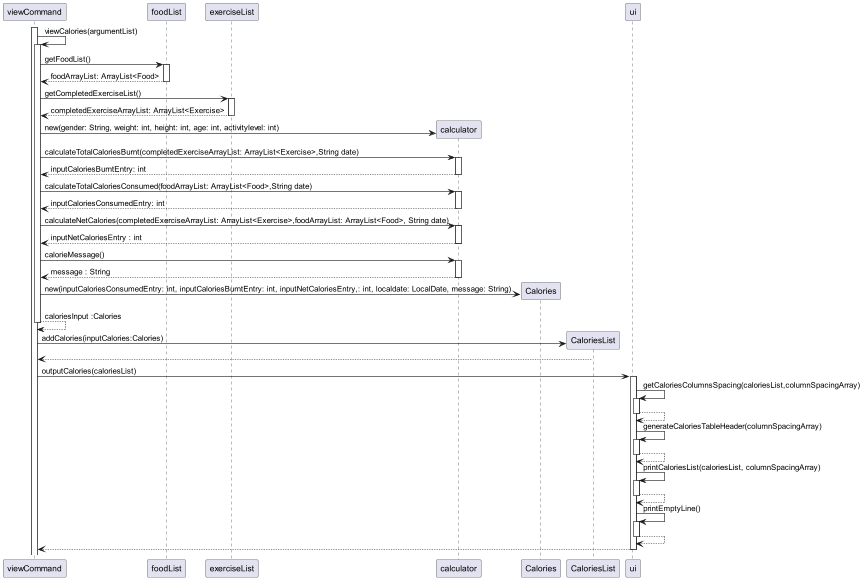
Above: docs/UmlDiagrams/ViewCalories.png in nus-cs2113-AY2223S1/tp (PlantUML), before the change.
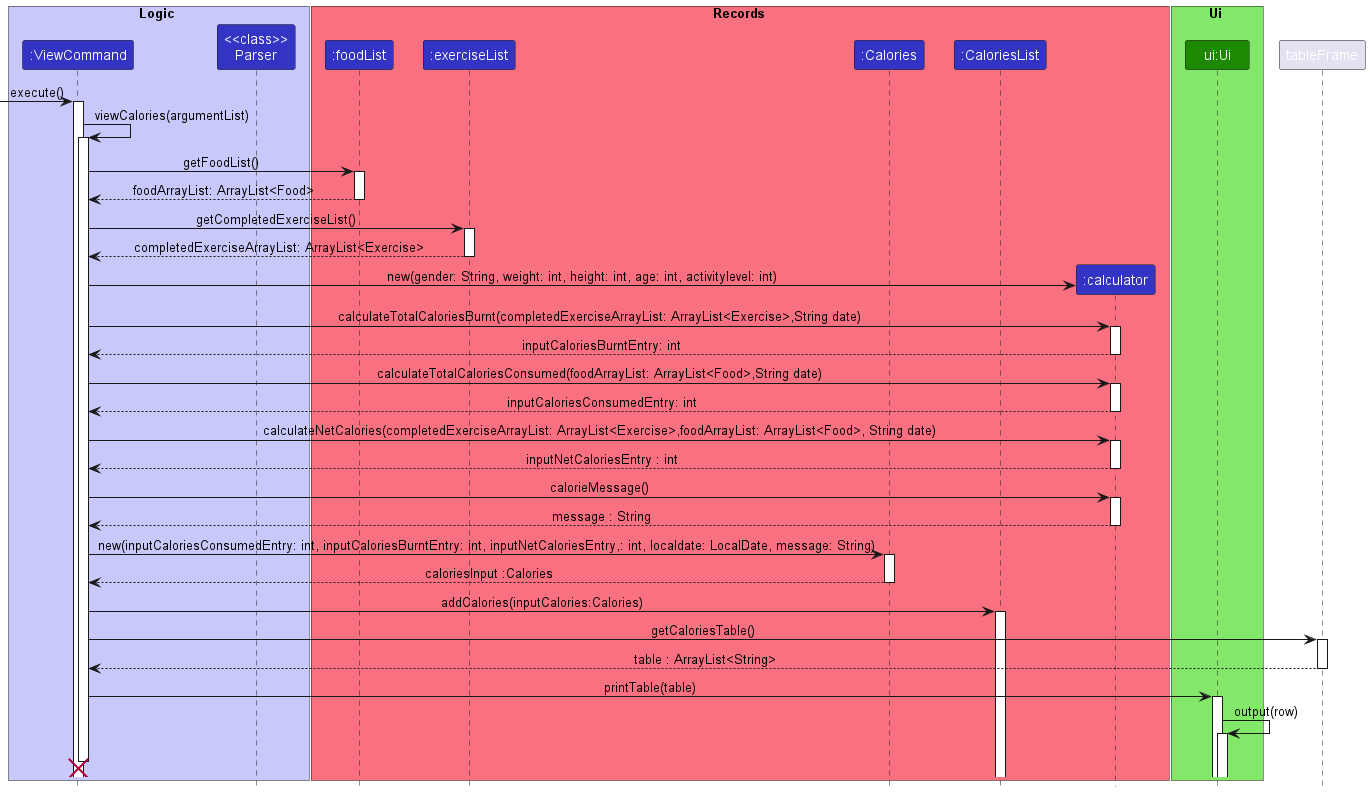
The same file after the commit.

Change to the diagram source:
```diff
@@ -1,9 +1,28 @@
 @startuml
 
-autoactivate on
+autoActivate on
 
+!include style.puml
 
-activate viewCommand
+box Logic LOGIC_COLOR_T1
+participant ":ViewCommand" as viewCommand LOGIC_COLOR
+participant "<<class>>\nParser" as Parser LOGIC_COLOR
+end box
+
+box Records RECORD_COLOR_T1
+
+participant ":foodList" as foodList LOGIC_COLOR
+participant ":exerciseList" as exerciseList LOGIC_COLOR
+participant ":Calories" as Calories LOGIC_COLOR
+participant ":CaloriesList" as CaloriesList LOGIC_COLOR
+participant ":calculator" as calculator LOGIC_COLOR
+end box
+
+box Ui UI_COLOR_T1
+participant "ui:Ui" as ui UI_COLOR
+end box
+
+[-> viewCommand : execute()
     viewCommand -> viewCommand: viewCalories(argumentList)
 
     viewCommand -> foodList: getFoodList()
@@ -19,19 +38,15 @@
     return inputNetCaloriesEntry : int
     viewCommand -> calculator: calorieMessage()
     return message : String
-    viewCommand -> Calories **: new(inputCaloriesConsumedEntry: int, inputCaloriesBurntEntry: int, inputNetCaloriesEntry,: int, localdate: LocalDate, message: String)
+    viewCommand -> Calories : new(inputCaloriesConsumedEntry: int, inputCaloriesBurntEntry: int, inputNetCaloriesEntry,: int, localdate: LocalDate, message: String)
     return caloriesInput :Calories
-    viewCommand -> CaloriesList **: addCalories(inputCalories:Calories)
-    return
-    viewCommand -> ui: outputCalories(caloriesList)
-    ui -> ui: getCaloriesColumnsSpacing(caloriesList,columnSpacingArray)
-    return
-    ui -> ui: generateCaloriesTableHeader(columnSpacingArray)
-    return
-    ui -> ui: printCaloriesList(caloriesList, columnSpacingArray)
-    return
-    ui -> ui: printEmptyLine()
-    return
-return
+    viewCommand -> CaloriesList : addCalories(inputCalories:Calories)
+    viewCommand -> tableFrame : getCaloriesTable()
+    return table : ArrayList<String>
+    viewCommand -> ui: printTable(table)
+    ui -> ui: output(row)
+
+
+destroy viewCommand
 
 @enduml
```
